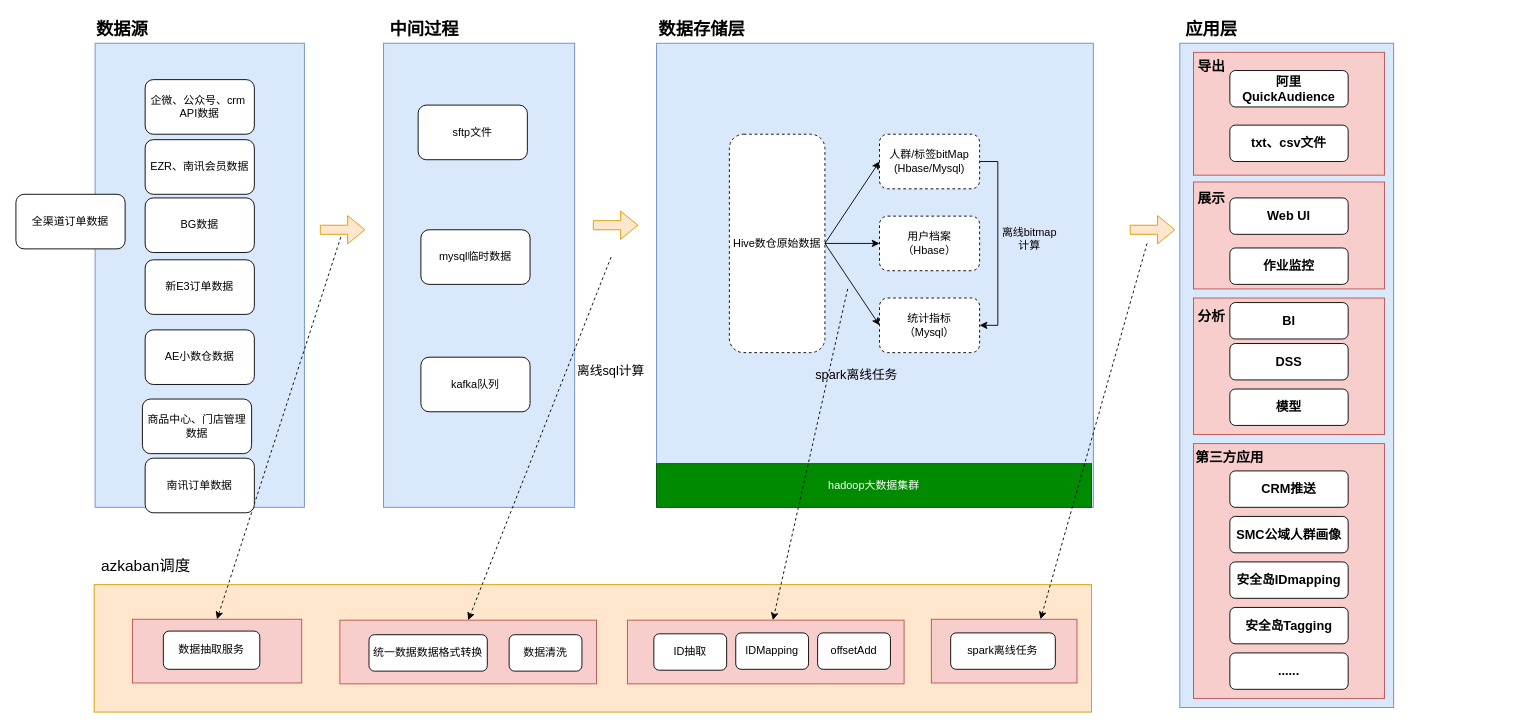
The draw.io diagram 特步CDP数据流图.drawio in DThadch/draw, before the edit. Source tidied: cells renumbered, new cells numbered last; positions are measured from the earlier drawing's top-left corner, leaving out a move shared by most shapes. Both pictures are drawn from the tidied source at 91%, with x=0, y=0 at pixel (15, 15).
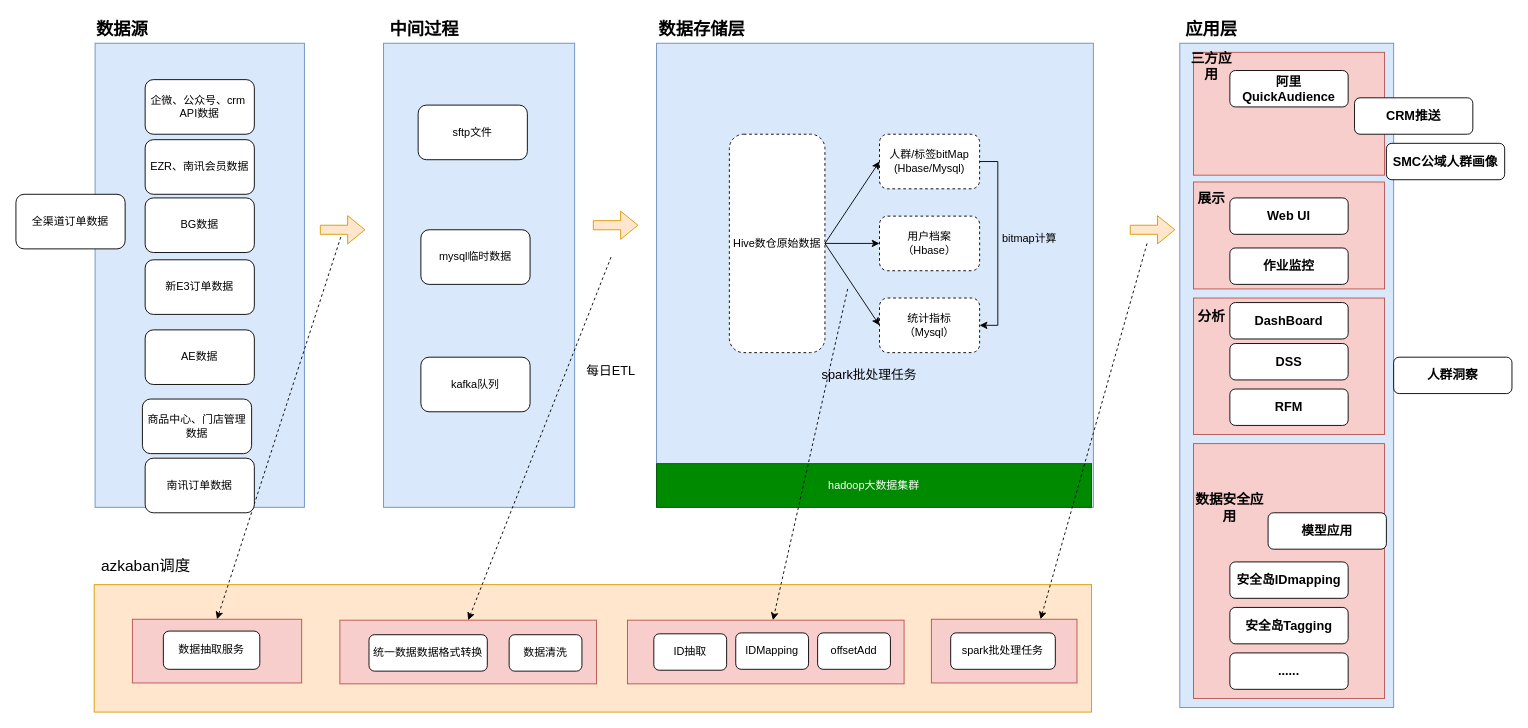
The same page after the edit.

Commit message:
更新特步CDP数据流图.drawio

Change to the diagram source:
```diff
@@
-    <mxCell id="7" value="AE小数仓数据" style="rounded=1;whiteSpace=wrap;html=1;" parent="1" vertex="1">
+    <mxCell id="7" value="AE数据" style="rounded=1;whiteSpace=wrap;html=1;" parent="1" vertex="1">
       <mxGeometry x="142" y="345" width="120" height="60" as="geometry" />
     </mxCell>
@@
-    <mxCell id="28" value="离线bitmap计算" style="text;html=1;align=center;verticalAlign=middle;whiteSpace=wrap;rounded=0;" parent="1" vertex="1">
+    <mxCell id="28" value="bitmap计算" style="text;html=1;align=center;verticalAlign=middle;whiteSpace=wrap;rounded=0;" parent="1" vertex="1">
       <mxGeometry x="1079" y="230" width="70" height="30" as="geometry" />
     </mxCell>
@@
-    <mxCell id="37" value="spark离线任务" style="text;html=1;align=center;verticalAlign=middle;whiteSpace=wrap;rounded=0;fontSize=14;" parent="1" vertex="1">
-      <mxGeometry x="874" y="380" width="100" height="30" as="geometry" />
+    <mxCell id="37" value="spark批处理任务" style="text;html=1;align=center;verticalAlign=middle;whiteSpace=wrap;rounded=0;fontSize=14;" parent="1" vertex="1">
+      <mxGeometry x="874" y="380" width="128" height="30" as="geometry" />
     </mxCell>
-    <mxCell id="38" value="离线sql计算" style="text;html=1;align=center;verticalAlign=middle;whiteSpace=wrap;rounded=0;fontSize=14;" parent="1" vertex="1">
+    <mxCell id="38" value="每日ETL" style="text;html=1;align=center;verticalAlign=middle;whiteSpace=wrap;rounded=0;fontSize=14;" parent="1" vertex="1">
       <mxGeometry x="614" y="375" width="80" height="30" as="geometry" />
     </mxCell>
@@
-    <mxCell id="42" value="导出" style="text;html=1;align=center;verticalAlign=middle;whiteSpace=wrap;rounded=0;fontSize=15;fontStyle=1;" parent="1" vertex="1">
+    <mxCell id="42" value="三方应用" style="text;html=1;align=center;verticalAlign=middle;whiteSpace=wrap;rounded=0;fontSize=15;fontStyle=1;" parent="1" vertex="1">
       <mxGeometry x="1284" y="40" width="60" height="30" as="geometry" />
     </mxCell>
-    <mxCell id="43" value="txt、csv文件" style="rounded=1;whiteSpace=wrap;html=1;fontSize=14;fontStyle=1;" parent="1" vertex="1">
-      <mxGeometry x="1334" y="120" width="130" height="40" as="geometry" />
+    <mxCell id="43" value="人群洞察" style="rounded=1;whiteSpace=wrap;html=1;fontSize=14;fontStyle=1;" parent="1" vertex="1">
+      <mxGeometry x="1514" y="375" width="130" height="40" as="geometry" />
     </mxCell>
@@
-    <mxCell id="49" value="BI" style="rounded=1;whiteSpace=wrap;html=1;fontSize=14;fontStyle=1;" parent="1" vertex="1">
+    <mxCell id="49" value="DashBoard" style="rounded=1;whiteSpace=wrap;html=1;fontSize=14;fontStyle=1;" parent="1" vertex="1">
       <mxGeometry x="1334" y="315" width="130" height="40" as="geometry" />
     </mxCell>
@@
-    <mxCell id="52" value="模型" style="rounded=1;whiteSpace=wrap;html=1;fontSize=14;fontStyle=1;" parent="1" vertex="1">
+    <mxCell id="52" value="RFM" style="rounded=1;whiteSpace=wrap;html=1;fontSize=14;fontStyle=1;" parent="1" vertex="1">
       <mxGeometry x="1334" y="410" width="130" height="40" as="geometry" />
     </mxCell>
@@
     <mxCell id="54" value="CRM推送" style="rounded=1;whiteSpace=wrap;html=1;fontSize=14;fontStyle=1;" parent="1" vertex="1">
-      <mxGeometry x="1334" y="500" width="130" height="40" as="geometry" />
+      <mxGeometry x="1471" y="90" width="130" height="40" as="geometry" />
     </mxCell>
-    <mxCell id="55" value="第三方应用" style="text;html=1;align=center;verticalAlign=middle;whiteSpace=wrap;rounded=0;fontSize=15;fontStyle=1;" parent="1" vertex="1">
-      <mxGeometry x="1294" y="470" width="80" height="30" as="geometry" />
+    <mxCell id="55" value="数据安全应用" style="text;html=1;align=center;verticalAlign=middle;whiteSpace=wrap;rounded=0;fontSize=15;fontStyle=1;" parent="1" vertex="1">
+      <mxGeometry x="1294" y="525" width="80" height="30" as="geometry" />
     </mxCell>
     <mxCell id="56" value="SMC公域人群画像" style="rounded=1;whiteSpace=wrap;html=1;fontSize=14;fontStyle=1;" parent="1" vertex="1">
-      <mxGeometry x="1334" y="550" width="130" height="40" as="geometry" />
+      <mxGeometry x="1506" y="140" width="130" height="40" as="geometry" />
     </mxCell>
@@
-    <mxCell id="62" value="spark离线任务" style="rounded=1;whiteSpace=wrap;html=1;" parent="1" vertex="1">
+    <mxCell id="62" value="spark批处理任务" style="rounded=1;whiteSpace=wrap;html=1;" parent="1" vertex="1">
       <mxGeometry x="1027.2" y="678" width="115" height="40" as="geometry" />
     </mxCell>
@@
+    <mxCell id="73" value="模型应用" style="rounded=1;whiteSpace=wrap;html=1;fontSize=14;fontStyle=1;" parent="1" vertex="1">
+      <mxGeometry x="1376" y="546" width="130" height="40" as="geometry" />
+    </mxCell>
```
